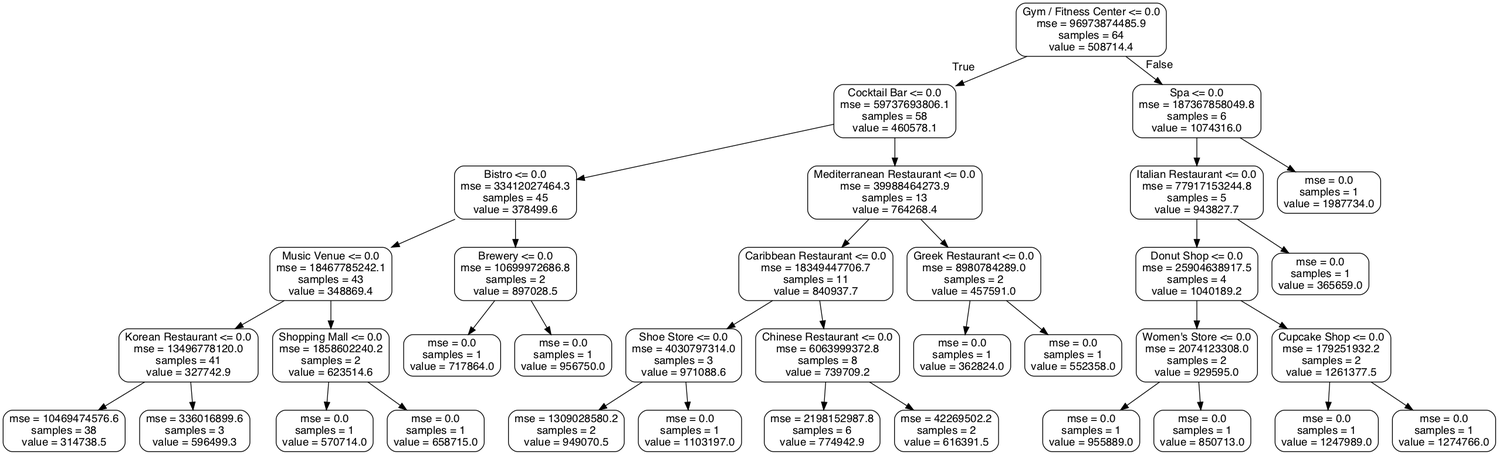
The Graphviz diagram price_tree.png in allaccountstaken/predicting_urban_home_values, before a commit. Its source is kept beside it as price_tree.dot.
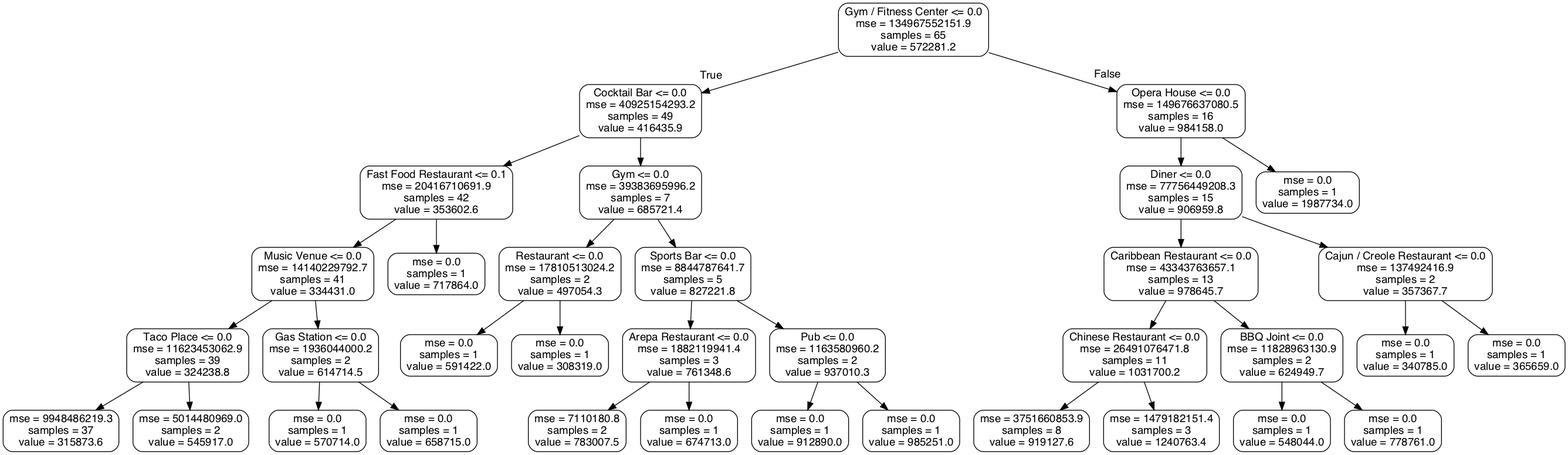
The same diagram one commit later.

Change to the diagram source:
```diff
@@ -1,73 +1,73 @@
 digraph Tree {
 node [shape=box, style="rounded", color="black", fontname=helvetica] ;
 edge [fontname=helvetica] ;
-0 [label="Gym / Fitness Center <= 0.0\nmse = 96973874485.9\nsamples = 64\nvalue = 508714.4"] ;
-1 [label="Cocktail Bar <= 0.0\nmse = 59737693806.1\nsamples = 58\nvalue = 460578.1"] ;
+0 [label="Gym / Fitness Center <= 0.0\nmse = 134967552151.9\nsamples = 65\nvalue = 572281.2"] ;
+1 [label="Cocktail Bar <= 0.0\nmse = 40925154293.2\nsamples = 49\nvalue = 416435.9"] ;
 0 -> 1 [labeldistance=2.5, labelangle=45, headlabel="True"] ;
-2 [label="Bistro <= 0.0\nmse = 33412027464.3\nsamples = 45\nvalue = 378499.6"] ;
+2 [label="Fast Food Restaurant <= 0.1\nmse = 20416710691.9\nsamples = 42\nvalue = 353602.6"] ;
 1 -> 2 ;
-3 [label="Music Venue <= 0.0\nmse = 18467785242.1\nsamples = 43\nvalue = 348869.4"] ;
+3 [label="Music Venue <= 0.0\nmse = 14140229792.7\nsamples = 41\nvalue = 334431.0"] ;
 2 -> 3 ;
-4 [label="Korean Restaurant <= 0.0\nmse = 13496778120.0\nsamples = 41\nvalue = 327742.9"] ;
+4 [label="Taco Place <= 0.0\nmse = 11623453062.9\nsamples = 39\nvalue = 324238.8"] ;
 3 -> 4 ;
-5 [label="mse = 10469474576.6\nsamples = 38\nvalue = 314738.5"] ;
+5 [label="mse = 9948486219.3\nsamples = 37\nvalue = 315873.6"] ;
 4 -> 5 ;
-6 [label="mse = 336016899.6\nsamples = 3\nvalue = 596499.3"] ;
+6 [label="mse = 5014480969.0\nsamples = 2\nvalue = 545917.0"] ;
 4 -> 6 ;
-7 [label="Shopping Mall <= 0.0\nmse = 1858602240.2\nsamples = 2\nvalue = 623514.6"] ;
+7 [label="Gas Station <= 0.0\nmse = 1936044000.2\nsamples = 2\nvalue = 614714.5"] ;
 3 -> 7 ;
 8 [label="mse = 0.0\nsamples = 1\nvalue = 570714.0"] ;
 7 -> 8 ;
 9 [label="mse = 0.0\nsamples = 1\nvalue = 658715.0"] ;
 7 -> 9 ;
-10 [label="Brewery <= 0.0\nmse = 10699972686.8\nsamples = 2\nvalue = 897028.5"] ;
+10 [label="mse = 0.0\nsamples = 1\nvalue = 717864.0"] ;
 2 -> 10 ;
-11 [label="mse = 0.0\nsamples = 1\nvalue = 717864.0"] ;
-10 -> 11 ;
-12 [label="mse = 0.0\nsamples = 1\nvalue = 956750.0"] ;
-10 -> 12 ;
-13 [label="Mediterranean Restaurant <= 0.0\nmse = 39988464273.9\nsamples = 13\nvalue = 764268.4"] ;
-1 -> 13 ;
-14 [label="Caribbean Restaurant <= 0.0\nmse = 18349447706.7\nsamples = 11\nvalue = 840937.7"] ;
-13 -> 14 ;
-15 [label="Shoe Store <= 0.0\nmse = 4030797314.0\nsamples = 3\nvalue = 971088.6"] ;
-14 -> 15 ;
-16 [label="mse = 1309028580.2\nsamples = 2\nvalue = 949070.5"] ;
+11 [label="Gym <= 0.0\nmse = 39383695996.2\nsamples = 7\nvalue = 685721.4"] ;
+1 -> 11 ;
+12 [label="Restaurant <= 0.0\nmse = 17810513024.2\nsamples = 2\nvalue = 497054.3"] ;
+11 -> 12 ;
+13 [label="mse = 0.0\nsamples = 1\nvalue = 591422.0"] ;
+12 -> 13 ;
+14 [label="mse = 0.0\nsamples = 1\nvalue = 308319.0"] ;
+12 -> 14 ;
+15 [label="Sports Bar <= 0.0\nmse = 8844787641.7\nsamples = 5\nvalue = 827221.8"] ;
+11 -> 15 ;
+16 [label="Arepa Restaurant <= 0.0\nmse = 1882119941.4\nsamples = 3\nvalue = 761348.6"] ;
 15 -> 16 ;
-17 [label="mse = 0.0\nsamples = 1\nvalue = 1103197.0"] ;
-15 -> 17 ;
-18 [label="Chinese Restaurant <= 0.0\nmse = 6063999372.8\nsamples = 8\nvalue = 739709.2"] ;
-14 -> 18 ;
-19 [label="mse = 2198152987.8\nsamples = 6\nvalue = 774942.9"] ;
-18 -> 19 ;
-20 [label="mse = 42269502.2\nsamples = 2\nvalue = 616391.5"] ;
-18 -> 20 ;
-21 [label="Greek Restaurant <= 0.0\nmse = 8980784289.0\nsamples = 2\nvalue = 457591.0"] ;
-13 -> 21 ;
-22 [label="mse = 0.0\nsamples = 1\nvalue = 362824.0"] ;
-21 -> 22 ;
-23 [label="mse = 0.0\nsamples = 1\nvalue = 552358.0"] ;
-21 -> 23 ;
-24 [label="Spa <= 0.0\nmse = 187367858049.8\nsamples = 6\nvalue = 1074316.0"] ;
-0 -> 24 [labeldistance=2.5, labelangle=-45, headlabel="False"] ;
-25 [label="Italian Restaurant <= 0.0\nmse = 77917153244.8\nsamples = 5\nvalue = 943827.7"] ;
+17 [label="mse = 7110180.8\nsamples = 2\nvalue = 783007.5"] ;
+16 -> 17 ;
+18 [label="mse = 0.0\nsamples = 1\nvalue = 674713.0"] ;
+16 -> 18 ;
+19 [label="Pub <= 0.0\nmse = 1163580960.2\nsamples = 2\nvalue = 937010.3"] ;
+15 -> 19 ;
+20 [label="mse = 0.0\nsamples = 1\nvalue = 912890.0"] ;
+19 -> 20 ;
+21 [label="mse = 0.0\nsamples = 1\nvalue = 985251.0"] ;
+19 -> 21 ;
+22 [label="Opera House <= 0.0\nmse = 149676637080.5\nsamples = 16\nvalue = 984158.0"] ;
+0 -> 22 [labeldistance=2.5, labelangle=-45, headlabel="False"] ;
+23 [label="Diner <= 0.0\nmse = 77756449208.3\nsamples = 15\nvalue = 906959.8"] ;
+22 -> 23 ;
+24 [label="Caribbean Restaurant <= 0.0\nmse = 43343763657.1\nsamples = 13\nvalue = 978645.7"] ;
+23 -> 24 ;
+25 [label="Chinese Restaurant <= 0.0\nmse = 26491076471.8\nsamples = 11\nvalue = 1031700.2"] ;
 24 -> 25 ;
-26 [label="Donut Shop <= 0.0\nmse = 25904638917.5\nsamples = 4\nvalue = 1040189.2"] ;
+26 [label="mse = 3751660853.9\nsamples = 8\nvalue = 919127.6"] ;
 25 -> 26 ;
-27 [label="Women's Store <= 0.0\nmse = 2074123308.0\nsamples = 2\nvalue = 929595.0"] ;
-26 -> 27 ;
-28 [label="mse = 0.0\nsamples = 1\nvalue = 955889.0"] ;
-27 -> 28 ;
-29 [label="mse = 0.0\nsamples = 1\nvalue = 850713.0"] ;
-27 -> 29 ;
-30 [label="Cupcake Shop <= 0.0\nmse = 179251932.2\nsamples = 2\nvalue = 1261377.5"] ;
-26 -> 30 ;
-31 [label="mse = 0.0\nsamples = 1\nvalue = 1247989.0"] ;
-30 -> 31 ;
-32 [label="mse = 0.0\nsamples = 1\nvalue = 1274766.0"] ;
-30 -> 32 ;
+27 [label="mse = 1479182151.4\nsamples = 3\nvalue = 1240763.4"] ;
+25 -> 27 ;
+28 [label="BBQ Joint <= 0.0\nmse = 11828963130.9\nsamples = 2\nvalue = 624949.7"] ;
+24 -> 28 ;
+29 [label="mse = 0.0\nsamples = 1\nvalue = 548044.0"] ;
+28 -> 29 ;
+30 [label="mse = 0.0\nsamples = 1\nvalue = 778761.0"] ;
+28 -> 30 ;
+31 [label="Cajun / Creole Restaurant <= 0.0\nmse = 137492416.9\nsamples = 2\nvalue = 357367.7"] ;
+23 -> 31 ;
+32 [label="mse = 0.0\nsamples = 1\nvalue = 340785.0"] ;
+31 -> 32 ;
 33 [label="mse = 0.0\nsamples = 1\nvalue = 365659.0"] ;
-25 -> 33 ;
+31 -> 33 ;
 34 [label="mse = 0.0\nsamples = 1\nvalue = 1987734.0"] ;
-24 -> 34 ;
+22 -> 34 ;
 }
```
